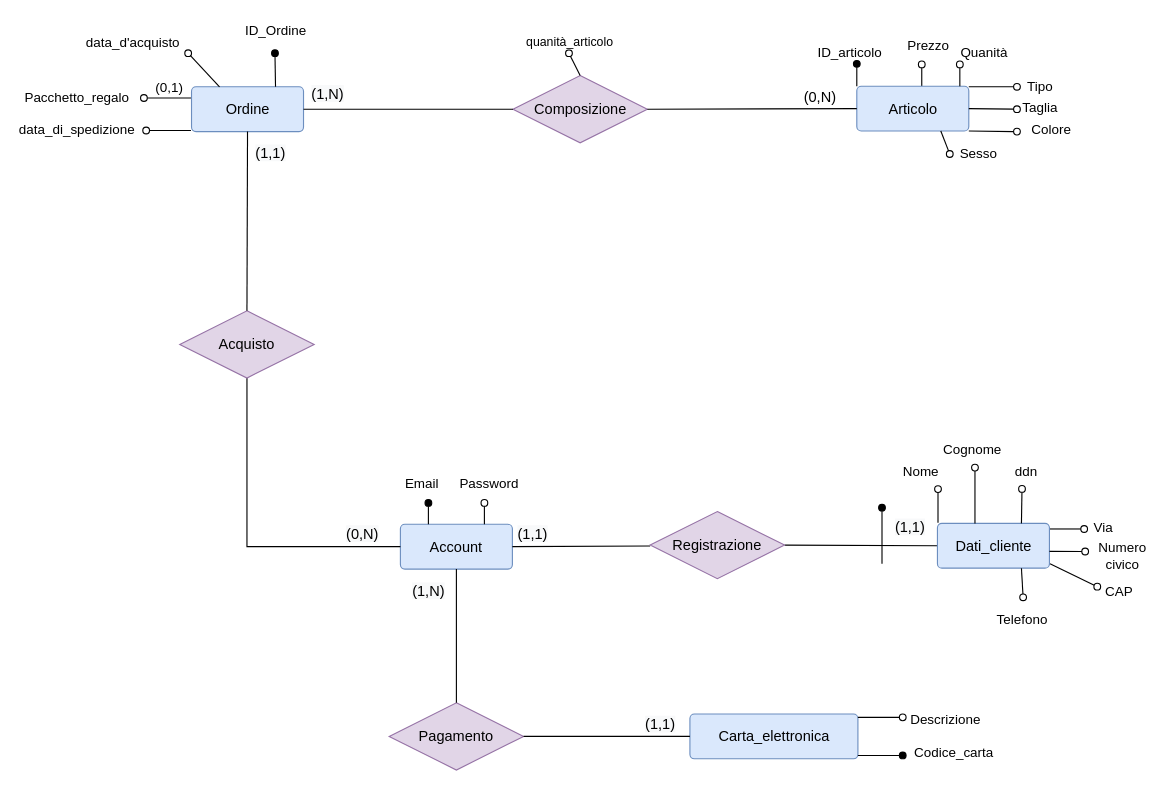
This is Database/Modello concettuale/modello concettuale.drawio from Alberto-00/Toj, a draw.io file, before an edit. Source tidied: cells renumbered, new cells numbered last; positions are measured from the earlier drawing's top-left corner, leaving out a move shared by most shapes. Both pictures are drawn from the tidied source at 112%, with x=0, y=0 at pixel (143, 19).
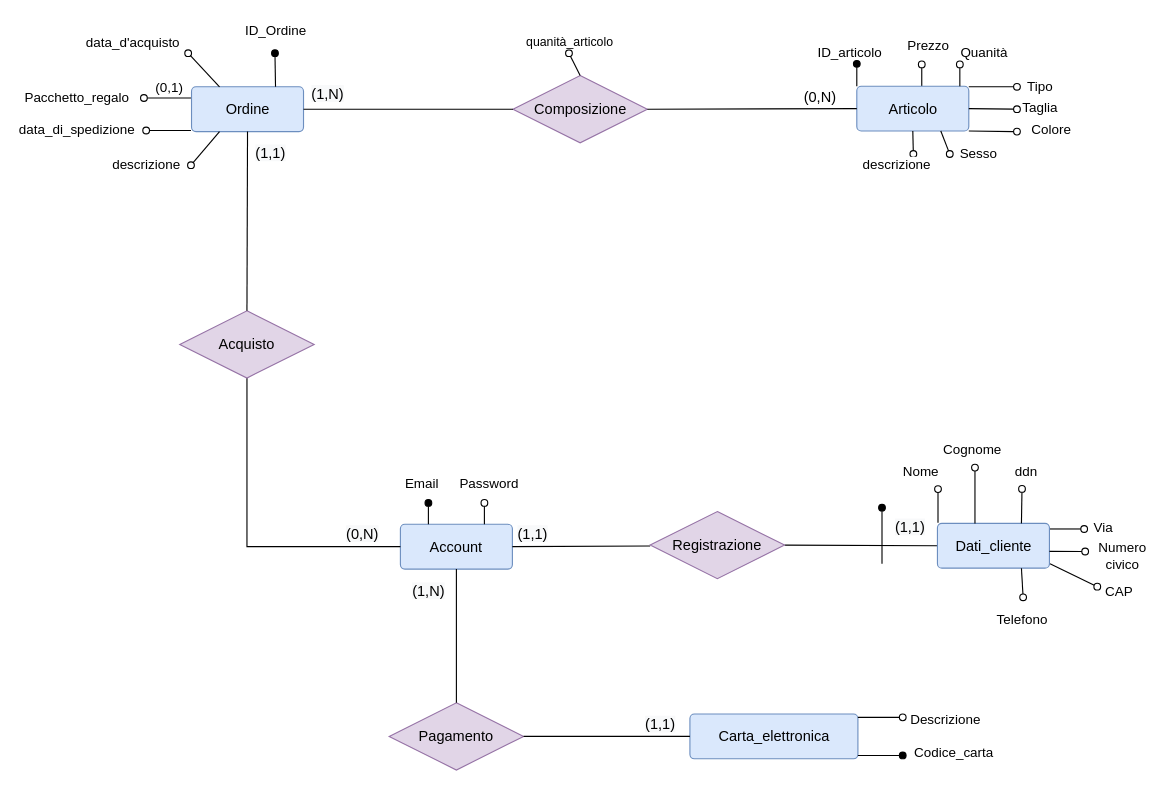
After the change.

Commit message (it also covers changes not shown here):
modello concettuale DB

Unchanged cells that the change refers to:
```xml
<mxCell id="4" value="&lt;font style=&quot;font-size: 13px&quot;&gt;Articolo&lt;/font&gt;" style="rounded=1;arcSize=10;whiteSpace=wrap;html=1;align=center;fillColor=#dae8fc;strokeColor=#6c8ebf;" parent="1" vertex="1">
  <mxGeometry x="636.5" y="59.5" width="100" height="40" as="geometry" />
</mxCell>
<mxCell id="5" value="&lt;font style=&quot;font-size: 13px&quot;&gt;Ordine&lt;/font&gt;" style="rounded=1;arcSize=10;whiteSpace=wrap;html=1;align=center;fillColor=#dae8fc;strokeColor=#6c8ebf;" parent="1" vertex="1">
  <mxGeometry x="42.5" y="60" width="100" height="40" as="geometry" />
</mxCell>
```

Change to the diagram source:
```diff
@@
+    <mxCell id="68" value="descrizione" style="endArrow=oval;html=1;rounded=0;fontSize=12;endFill=0;exitX=0.25;exitY=1;exitDx=0;exitDy=0;" parent="1" edge="1" source="5">
+      <mxGeometry x="1" y="-40" relative="1" as="geometry">
+        <mxPoint x="42" y="130" as="targetPoint" />
+        <mxPoint x="-10" y="26" as="offset" />
+      </mxGeometry>
+    </mxCell>
+    <mxCell id="69" value="descrizione" style="endArrow=oval;html=1;rounded=0;fontSize=12;endFill=0;exitX=0.5;exitY=1;exitDx=0;exitDy=0;" parent="1" edge="1" source="4">
+      <mxGeometry x="1" y="-18" relative="1" as="geometry">
+        <mxPoint x="687" y="120" as="targetPoint" />
+        <mxPoint x="3" y="9" as="offset" />
+      </mxGeometry>
+    </mxCell>
```
